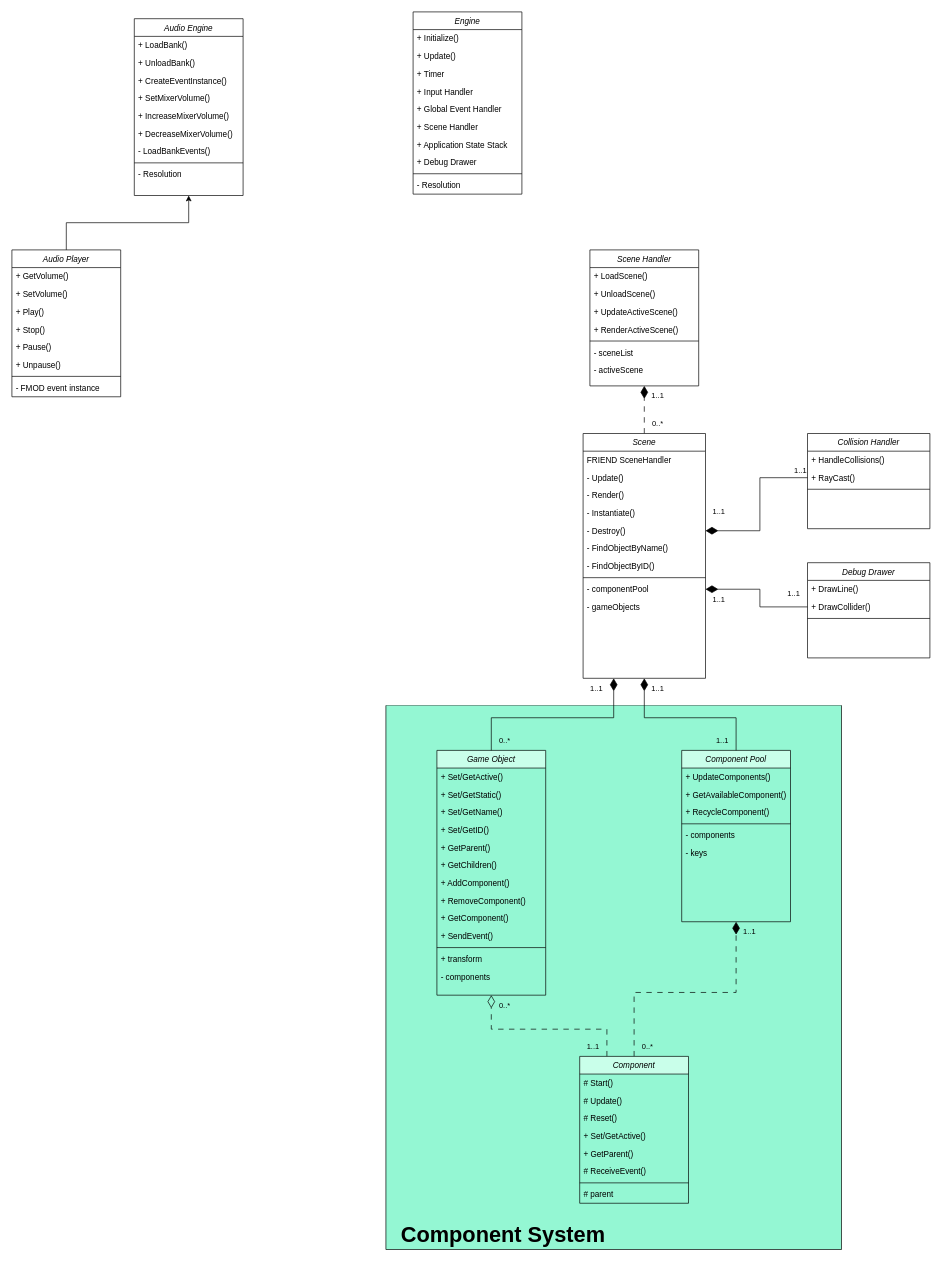
The draw.io diagram TGP.drawio in Tigerwaw/Engine, before the edit. Source tidied: cells renumbered, new cells numbered last; positions are measured from the earlier drawing's top-left corner, leaving out a move shared by most shapes. Both pictures are drawn from the tidied source at 68%, with x=0, y=0 at pixel (12, 12).
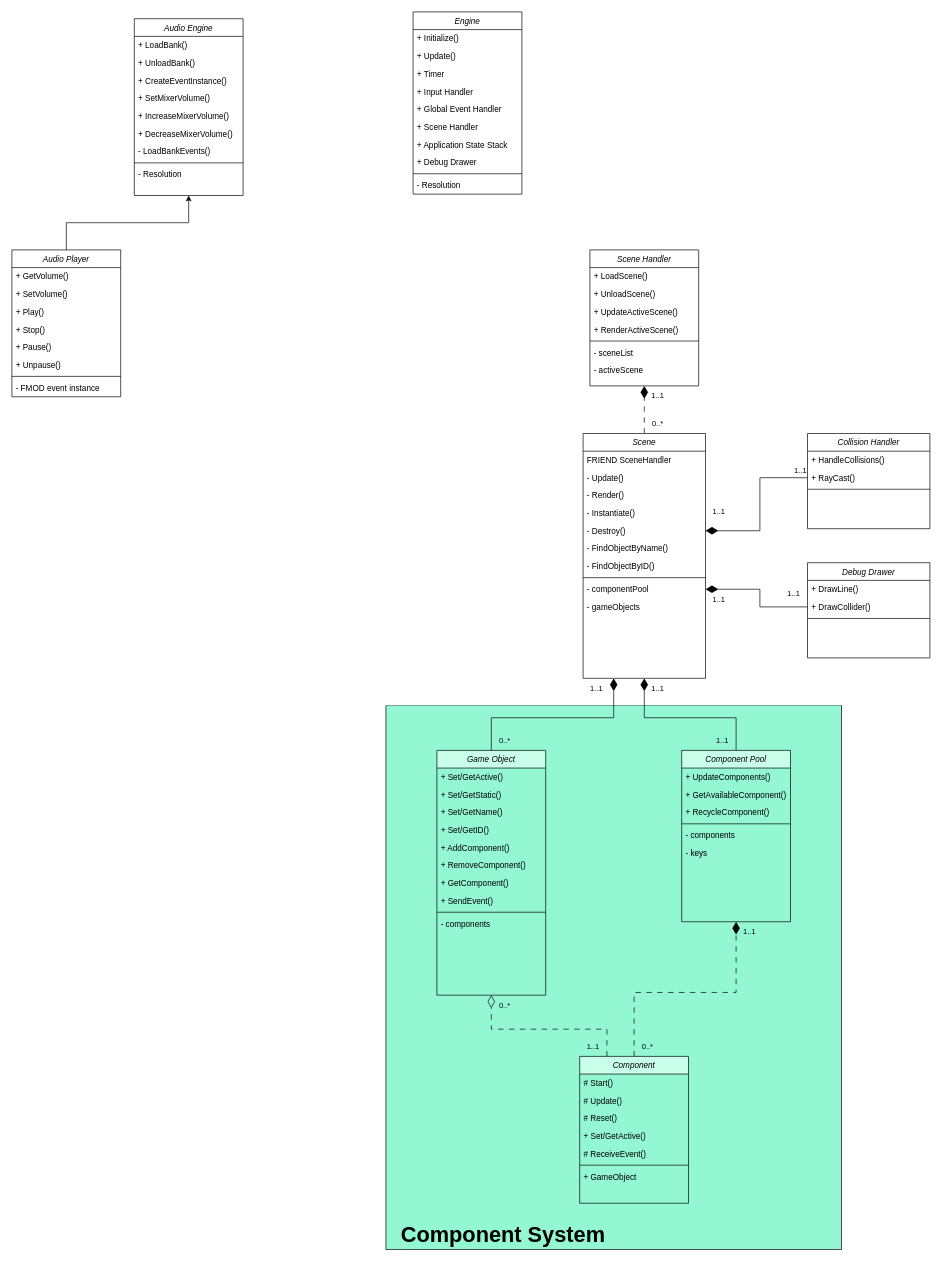
The same diagram, later.

Unchanged cells that the change refers to:
```xml
<mxCell id="3" value="Game Object" style="swimlane;fontStyle=2;align=center;verticalAlign=top;horizontal=1;startSize=26;rounded=0;shadow=0;strokeWidth=1;fillColor=#C9FFEA;" parent="2" vertex="1">
  <mxGeometry x="75" y="66" width="160" height="360" as="geometry" />
</mxCell>
<mxCell id="19" value="Component" style="swimlane;fontStyle=2;align=center;verticalAlign=top;horizontal=1;startSize=26;rounded=0;shadow=0;strokeWidth=1;fillColor=#C9FFEA;" parent="2" vertex="1">
  <mxGeometry x="285" y="516" width="160" height="216" as="geometry" />
</mxCell>
```

Change to the diagram source:
```diff
@@
-    <mxCell id="8" value="+ GetParent()" style="text;align=left;verticalAlign=top;spacingLeft=4;spacingRight=4;overflow=hidden;rounded=0;shadow=0;html=0;" parent="3" vertex="1">
-      <mxGeometry y="130" width="160" height="26" as="geometry" />
-    </mxCell>
-    <mxCell id="9" value="+ GetChildren()" style="text;align=left;verticalAlign=top;spacingLeft=4;spacingRight=4;overflow=hidden;rounded=0;shadow=0;html=0;" parent="3" vertex="1">
-      <mxGeometry y="156" width="160" height="26" as="geometry" />
-    </mxCell>
     <mxCell id="10" value="+ AddComponent()" style="text;align=left;verticalAlign=top;spacingLeft=4;spacingRight=4;overflow=hidden;rounded=0;shadow=0;html=0;" parent="3" vertex="1">
-      <mxGeometry y="182" width="160" height="26" as="geometry" />
+      <mxGeometry y="130" width="160" height="26" as="geometry" />
     </mxCell>
     <mxCell id="11" value="+ RemoveComponent()" style="text;align=left;verticalAlign=top;spacingLeft=4;spacingRight=4;overflow=hidden;rounded=0;shadow=0;html=0;" parent="3" vertex="1">
-      <mxGeometry y="208" width="160" height="26" as="geometry" />
+      <mxGeometry y="156" width="160" height="26" as="geometry" />
     </mxCell>
     <mxCell id="12" value="+ GetComponent()" style="text;align=left;verticalAlign=top;spacingLeft=4;spacingRight=4;overflow=hidden;rounded=0;shadow=0;html=0;" parent="3" vertex="1">
-      <mxGeometry y="234" width="160" height="26" as="geometry" />
+      <mxGeometry y="182" width="160" height="26" as="geometry" />
     </mxCell>
     <mxCell id="13" value="+ SendEvent()" style="text;align=left;verticalAlign=top;spacingLeft=4;spacingRight=4;overflow=hidden;rounded=0;shadow=0;html=0;" parent="3" vertex="1">
-      <mxGeometry y="260" width="160" height="26" as="geometry" />
+      <mxGeometry y="208" width="160" height="26" as="geometry" />
     </mxCell>
     <mxCell id="14" style="line;html=1;strokeWidth=1;align=left;verticalAlign=middle;spacingTop=-1;spacingLeft=3;spacingRight=3;labelPosition=right;" parent="3" vertex="1">
-      <mxGeometry y="286" width="160" height="8" as="geometry" />
+      <mxGeometry y="234" width="160" height="8" as="geometry" />
     </mxCell>
-    <mxCell id="15" value="+ transform" style="text;align=left;verticalAlign=top;spacingLeft=4;spacingRight=4;overflow=hidden;rounded=0;shadow=0;html=0;" parent="3" vertex="1">
-      <mxGeometry y="294" width="160" height="26" as="geometry" />
-    </mxCell>
     <mxCell id="16" value="- components" style="text;align=left;verticalAlign=top;spacingLeft=4;spacingRight=4;overflow=hidden;rounded=0;shadow=0;html=0;" parent="3" vertex="1">
-      <mxGeometry y="320" width="160" height="26" as="geometry" />
+      <mxGeometry y="242" width="160" height="26" as="geometry" />
     </mxCell>
@@
-    <mxCell id="24" value="+ GetParent()" style="text;align=left;verticalAlign=top;spacingLeft=4;spacingRight=4;overflow=hidden;rounded=0;shadow=0;html=0;" parent="19" vertex="1">
-      <mxGeometry y="130" width="160" height="26" as="geometry" />
-    </mxCell>
     <mxCell id="25" value="# ReceiveEvent()" style="text;align=left;verticalAlign=top;spacingLeft=4;spacingRight=4;overflow=hidden;rounded=0;shadow=0;html=0;" parent="19" vertex="1">
-      <mxGeometry y="156" width="160" height="26" as="geometry" />
+      <mxGeometry y="130" width="160" height="26" as="geometry" />
     </mxCell>
     <mxCell id="26" style="line;html=1;strokeWidth=1;align=left;verticalAlign=middle;spacingTop=-1;spacingLeft=3;spacingRight=3;labelPosition=right;" parent="19" vertex="1">
-      <mxGeometry y="182" width="160" height="8" as="geometry" />
+      <mxGeometry y="156" width="160" height="8" as="geometry" />
     </mxCell>
-    <mxCell id="27" value="# parent" style="text;align=left;verticalAlign=top;spacingLeft=4;spacingRight=4;overflow=hidden;rounded=0;shadow=0;html=0;" parent="19" vertex="1">
-      <mxGeometry y="190" width="160" height="26" as="geometry" />
+    <mxCell id="27" value="+ GameObject" style="text;align=left;verticalAlign=top;spacingLeft=4;spacingRight=4;overflow=hidden;rounded=0;shadow=0;html=0;" parent="19" vertex="1">
+      <mxGeometry y="164" width="160" height="26" as="geometry" />
     </mxCell>
```
